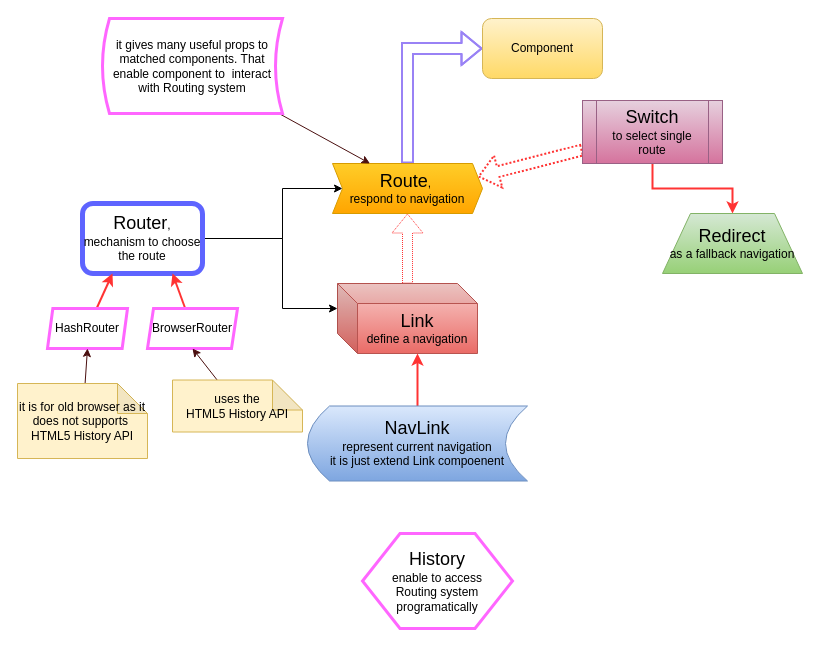
Earlier version of the draw.io diagram My Articles/react/URL Routing.drawio (anbarasan-raji/books). Source tidied: cells renumbered, new cells numbered last; positions are measured from the earlier drawing's top-left corner, leaving out a move shared by most shapes. Both pictures are drawn from the tidied source at 100%, with x=0, y=0 at pixel (17, 18).
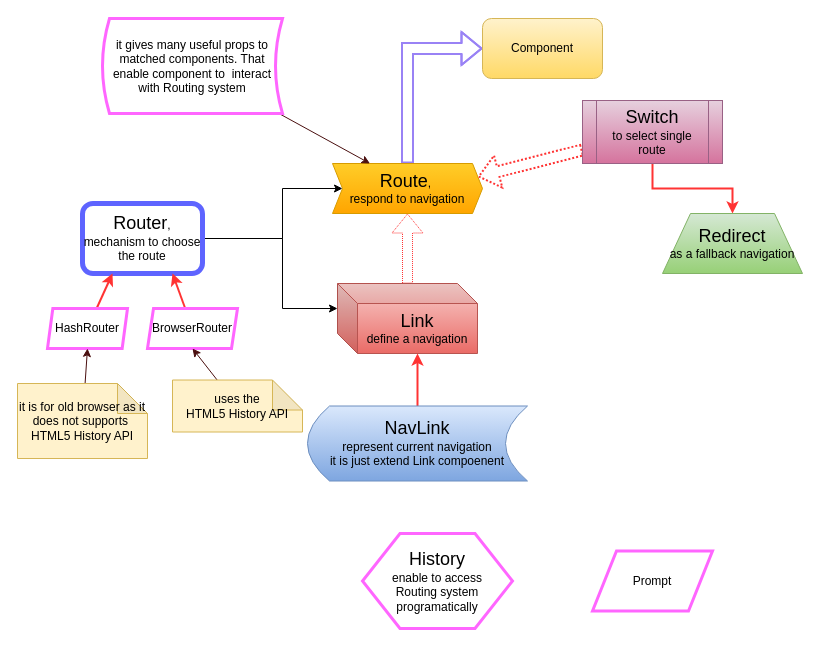
The same diagram, later.

The edit, as a diff of the source:
```diff
@@
+    <mxCell id="27" value="Prompt" style="shape=parallelogram;perimeter=parallelogramPerimeter;whiteSpace=wrap;html=1;strokeColor=#FF66FF;strokeWidth=3;" parent="1" vertex="1">
+      <mxGeometry x="575" y="532.5" width="120" height="60" as="geometry" />
+    </mxCell>
```
